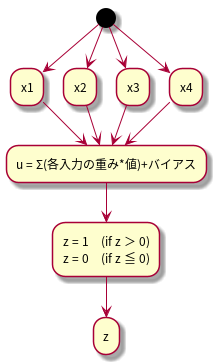
Earlier version of the PlantUML export out/ai/perceptron.png (HirotoSAKAHARA/HirotoSAKAHARA.github.io). Source of this version:
```plantuml
@startuml perceptron
skinparam backgroundColor transparet
(*) --> "x1"
(*) --> "x2"
(*) --> "x3"
(*) --> "x4"
"x1" --> "u = Σ(各入力の重み*値)+バイアス"
"x2" --> "u = Σ(各入力の重み*値)+バイアス"
"x3" --> "u = Σ(各入力の重み*値)+バイアス"
"x4" --> "u = Σ(各入力の重み*値)+バイアス"
"u = Σ(各入力の重み*値)+バイアス" --> "z = 1　(if z ＞ 0)
z = 0　(if z ≦ 0)"
--> z
skinparam backgroundColor transparent
@enduml
```
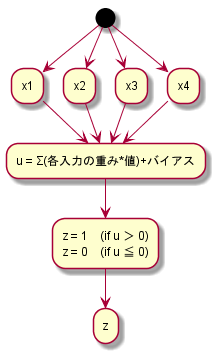
The same diagram one commit later.

Commit message:
correct figure mistake

The edit, as a diff of the source:
```diff
@@ -8,8 +8,8 @@
 "x2" --> "u = Σ(各入力の重み*値)+バイアス"
 "x3" --> "u = Σ(各入力の重み*値)+バイアス"
 "x4" --> "u = Σ(各入力の重み*値)+バイアス"
-"u = Σ(各入力の重み*値)+バイアス" --> "z = 1　(if z ＞ 0)
-z = 0　(if z ≦ 0)"
+"u = Σ(各入力の重み*値)+バイアス" --> "z = 1　(if u ＞ 0)
+z = 0　(if u ≦ 0)"
 --> z
 skinparam backgroundColor transparent
 @enduml
```
